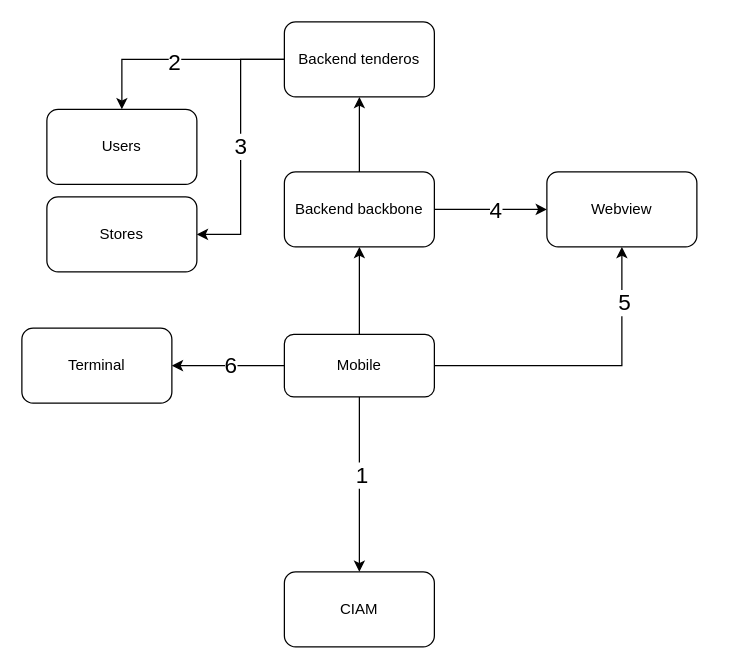
The draw.io diagram page "Página-1" (1 of 3) of SmartLogin.drawio in marcoluisdf/documentacion, before the edit. Source tidied: cells renumbered, new cells numbered last; positions are measured from the earlier drawing's top-left corner, leaving out a move shared by most shapes. Both pictures are drawn from the tidied source at 125%, with x=0, y=0 at pixel (21, 21).
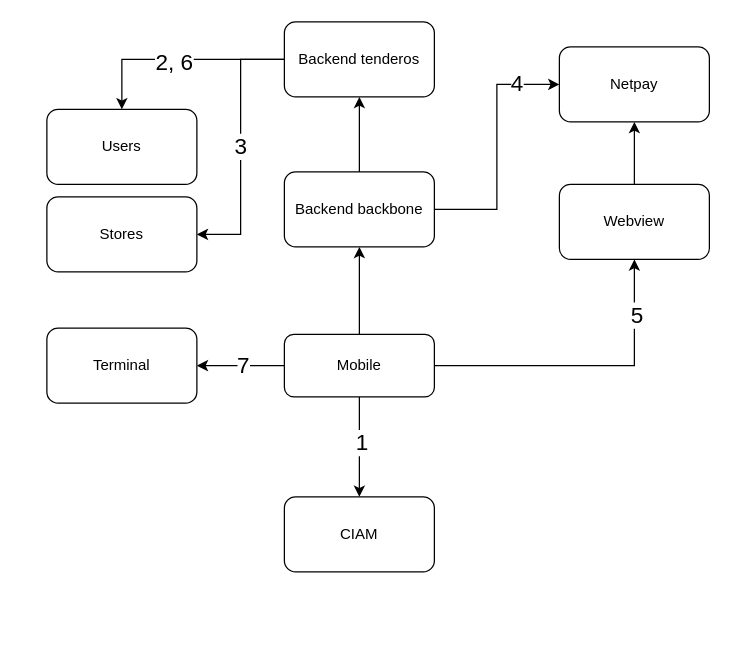
Above is the later version.

Unchanged cells that the change refers to:
```xml
<mxCell id="5" value="Backend backbone" style="rounded=1;whiteSpace=wrap;html=1;" parent="1" vertex="1">
  <mxGeometry x="210" y="120" width="120" height="60" as="geometry" />
</mxCell>
<mxCell id="12" style="edgeStyle=orthogonalEdgeStyle;rounded=0;jettySize=auto;html=1;entryX=1;entryY=0.5;entryDx=0;entryDy=0;" parent="1" edge="1" source="16" target="23">
  <mxGeometry relative="1" as="geometry" />
</mxCell>
<mxCell id="19" style="edgeStyle=orthogonalEdgeStyle;rounded=0;jettySize=auto;html=1;entryX=0.5;entryY=0;entryDx=0;entryDy=0;" parent="1" edge="1" source="22" target="6">
  <mxGeometry relative="1" as="geometry" />
</mxCell>
```

What changed in the source:
```diff
@@
-    <mxCell id="3" style="edgeStyle=orthogonalEdgeStyle;rounded=0;jettySize=auto;html=1;entryX=0;entryY=0.5;entryDx=0;entryDy=0;" parent="1" edge="1" source="5" target="7">
-      <mxGeometry relative="1" as="geometry" />
-    </mxCell>
+    <mxCell id="24" style="edgeStyle=orthogonalEdgeStyle;rounded=0;jettySize=auto;html=1;entryX=0;entryY=0.5;entryDx=0;entryDy=0;" parent="1" edge="1" source="5" target="26">
+      <mxGeometry relative="1" as="geometry" />
+    </mxCell>
-    <mxCell id="4" value="&lt;font style=&quot;font-size: 18px;&quot;&gt;4&lt;/font&gt;" style="edgeLabel;html=1;align=center;verticalAlign=middle;" parent="3" vertex="1">
-      <mxGeometry x="0.07" relative="1" as="geometry" />
+    <mxCell id="4" value="&lt;font style=&quot;font-size: 18px;&quot;&gt;4&lt;/font&gt;" style="edgeLabel;html=1;align=center;verticalAlign=middle;" parent="24" vertex="1">
+      <mxGeometry x="0.65" y="1" relative="1" as="geometry" />
     </mxCell>
@@
+    <mxCell id="25" style="edgeStyle=orthogonalEdgeStyle;rounded=0;jettySize=auto;html=1;entryX=0.5;entryY=1;entryDx=0;entryDy=0;" parent="1" edge="1" source="7" target="26">
+      <mxGeometry relative="1" as="geometry" />
+    </mxCell>
     <mxCell id="7" value="Webview" style="rounded=1;whiteSpace=wrap;html=1;" parent="1" vertex="1">
-      <mxGeometry x="420" y="120" width="120" height="60" as="geometry" />
+      <mxGeometry x="430" y="130" width="120" height="60" as="geometry" />
     </mxCell>
@@
-    <mxCell id="13" value="&lt;font style=&quot;font-size: 18px;&quot;&gt;6&lt;/font&gt;" style="edgeLabel;html=1;align=center;verticalAlign=middle;" parent="12" vertex="1">
+    <mxCell id="13" value="&lt;font style=&quot;font-size: 18px;&quot;&gt;7&lt;/font&gt;" style="edgeLabel;html=1;align=center;verticalAlign=middle;" parent="12" vertex="1">
       <mxGeometry x="-0.02" y="-1" relative="1" as="geometry" />
     </mxCell>
@@
     <mxCell id="17" value="CIAM" style="rounded=1;whiteSpace=wrap;html=1;" parent="1" vertex="1">
-      <mxGeometry x="210" y="440" width="120" height="60" as="geometry" />
+      <mxGeometry x="210" y="380" width="120" height="60" as="geometry" />
     </mxCell>
@@
-    <mxCell id="20" value="&lt;font style=&quot;font-size: 18px;&quot;&gt;2&lt;/font&gt;" style="edgeLabel;html=1;align=center;verticalAlign=middle;" parent="19" vertex="1">
+    <mxCell id="20" value="&lt;font style=&quot;font-size: 18px;&quot;&gt;2, 6&lt;/font&gt;" style="edgeLabel;html=1;align=center;verticalAlign=middle;" parent="19" vertex="1">
       <mxGeometry x="0.05" y="2" relative="1" as="geometry" />
     </mxCell>
@@
     <mxCell id="23" value="Terminal" style="rounded=1;whiteSpace=wrap;html=1;" parent="1" vertex="1">
-      <mxGeometry y="245" width="120" height="60" as="geometry" />
+      <mxGeometry x="20" y="245" width="120" height="60" as="geometry" />
     </mxCell>
+    <mxCell id="26" value="Netpay" style="rounded=1;whiteSpace=wrap;html=1;" parent="1" vertex="1">
+      <mxGeometry x="430" y="20" width="120" height="60" as="geometry" />
+    </mxCell>
```
